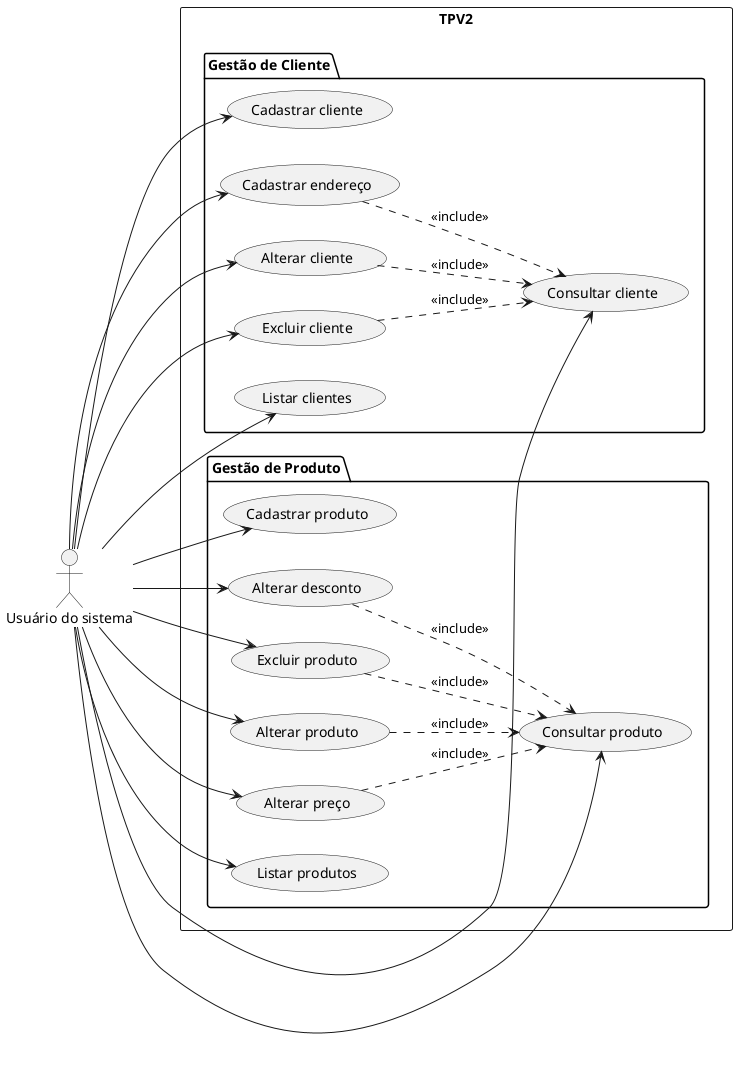
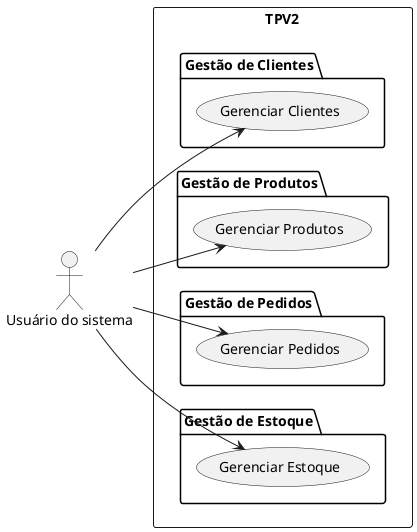
- @startuml "Diagrama de casos de uso - Gestão de cliente e produto"
+ @startuml "Diagrama de casos de uso - Visão Geral"

left to right direction

actor "Usuário do sistema" as Usuario

rectangle "TPV2" {
-     package "Gestão de Cliente" {
-         usecase "Cadastrar cliente" as UC_CadastrarCliente
-         usecase "Cadastrar endereço" as UC_CadastrarEndereco
-         usecase "Alterar cliente" as UC_AlterarCliente
-         usecase "Excluir cliente" as UC_ExcluirCliente
-         usecase "Consultar cliente" as UC_ConsultarCliente
-         usecase "Listar clientes" as UC_ListarClientes
+     package "Gestão de Clientes" {
+         usecase "Gerenciar Clientes" as UC_GestaoClientes
    }

-     package "Gestão de Produto" {
-         usecase "Cadastrar produto" as UC_CadastrarProduto
-         usecase "Alterar produto" as UC_AlterarProduto
-         usecase "Alterar preço" as UC_AlterarPreco
-         usecase "Alterar desconto" as UC_AlterarDesconto
-         usecase "Excluir produto" as UC_ExcluirProduto
-         usecase "Consultar produto" as UC_ConsultarProduto
-         usecase "Listar produtos" as UC_ListarProdutos
+     package "Gestão de Produtos" {
+         usecase "Gerenciar Produtos" as UC_GestaoProdutos
+     }
+ 
+     package "Gestão de Pedidos" {
+         usecase "Gerenciar Pedidos" as UC_GestaoPedidos
+     }
+ 
+     package "Gestão de Estoque" {
+         usecase "Gerenciar Estoque" as UC_GestaoEstoque
    }
}

- Usuario --> UC_CadastrarCliente
- Usuario --> UC_CadastrarEndereco
- Usuario --> UC_AlterarCliente
- Usuario --> UC_ExcluirCliente
- Usuario --> UC_ConsultarCliente
- Usuario --> UC_ListarClientes
+ Usuario --> UC_GestaoClientes
+ Usuario --> UC_GestaoProdutos
+ Usuario --> UC_GestaoPedidos
+ Usuario --> UC_GestaoEstoque

- Usuario --> UC_CadastrarProduto
- Usuario --> UC_AlterarProduto
- Usuario --> UC_AlterarPreco
- Usuario --> UC_AlterarDesconto
- Usuario --> UC_ExcluirProduto
- Usuario --> UC_ConsultarProduto
- Usuario --> UC_ListarProdutos
- 
- UC_CadastrarEndereco ..> UC_ConsultarCliente : <<include>>
- UC_AlterarCliente ..> UC_ConsultarCliente : <<include>>
- UC_ExcluirCliente ..> UC_ConsultarCliente : <<include>>
- UC_AlterarProduto ..> UC_ConsultarProduto : <<include>>
- UC_AlterarPreco ..> UC_ConsultarProduto : <<include>>
- UC_AlterarDesconto ..> UC_ConsultarProduto : <<include>>
- UC_ExcluirProduto ..> UC_ConsultarProduto : <<include>>
- 
- @enduml
+ @enduml